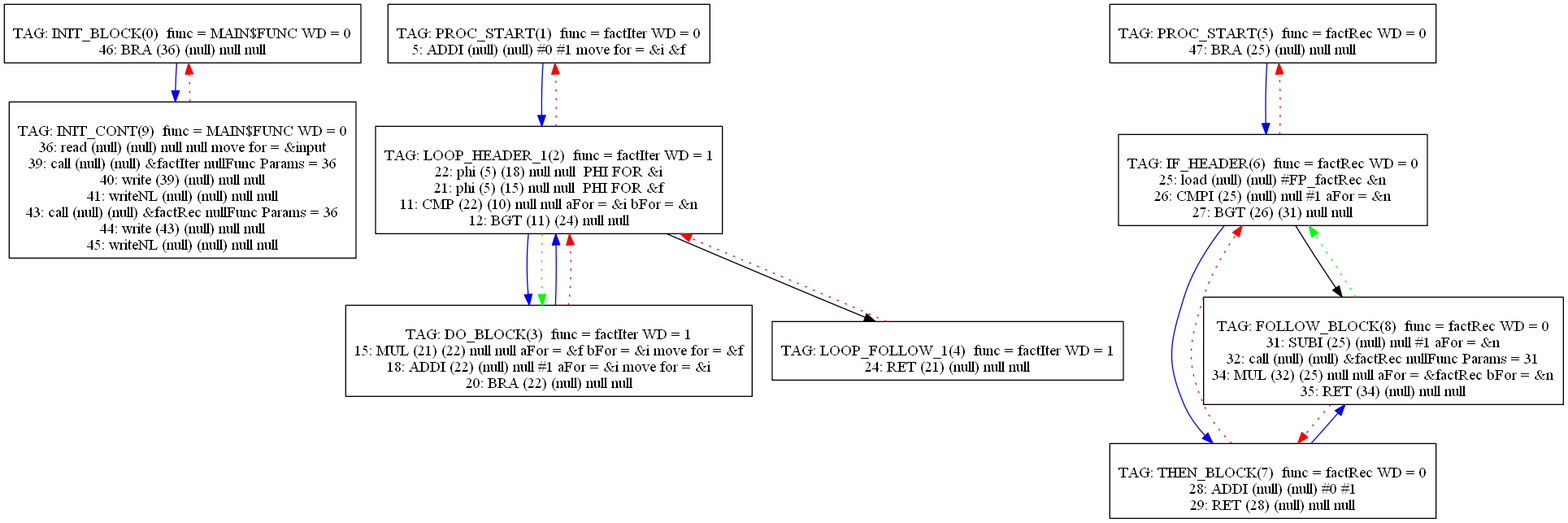
The Graphviz diagram Compiler/34graph.png in mbajaj92/Project-Astoria, before a commit. Its source is kept beside it as Compiler/34graph.dot.
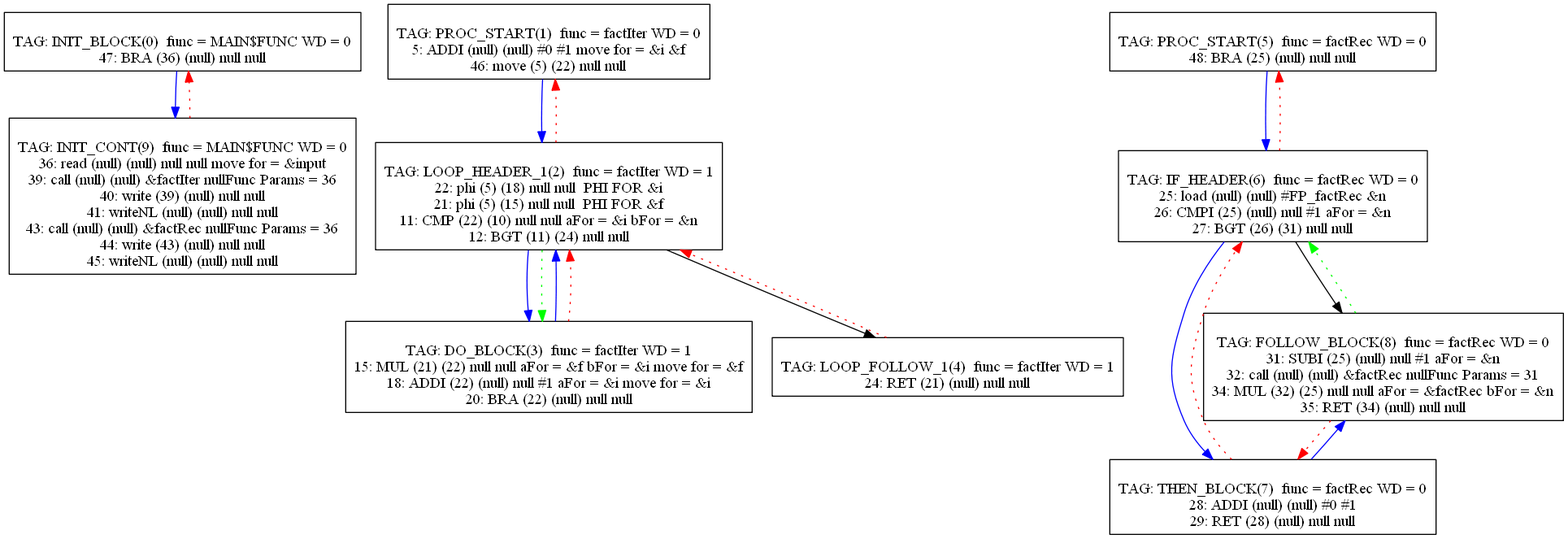
After the change.

The edit, as a diff of the source:
```diff
@@ -1,13 +1,14 @@
 digraph {
 0[label="
 TAG: INIT_BLOCK(0)  func = MAIN$FUNC WD = 0
-46: BRA (36) (null) null null
+47: BRA (36) (null) null null
 "];
 0[shape=box];
 0 -> 9[color=blue]
 1[label="
 TAG: PROC_START(1)  func = factIter WD = 0
 5: ADDI (null) (null) #0 #1 move for = &i &f
+46: move (5) (22) null null
 "];
 1[shape=box];
 1 -> 2[color=blue]
@@ -40,7 +41,7 @@
 4 -> 2[color=red][style=dotted]
 5[label="
 TAG: PROC_START(5)  func = factRec WD = 0
-47: BRA (25) (null) null null
+48: BRA (25) (null) null null
 "];
 5[shape=box];
 5 -> 6[color=blue]
```
